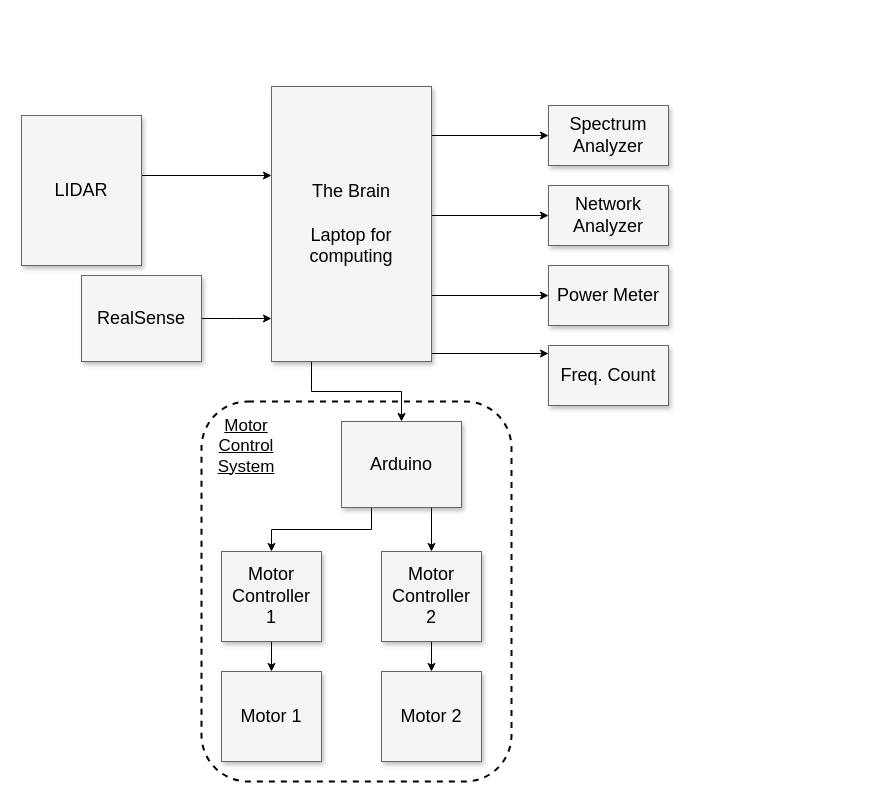
This is ElectricalDiagram/Untitled Diagram.drawio from usurobotics/chease_bot, a draw.io file, before an edit. Source tidied: cells renumbered, new cells numbered last; positions are measured from the earlier drawing's top-left corner, leaving out a move shared by most shapes. Both pictures are drawn from the tidied source at 100%, with x=0, y=0 at pixel (21, 86).
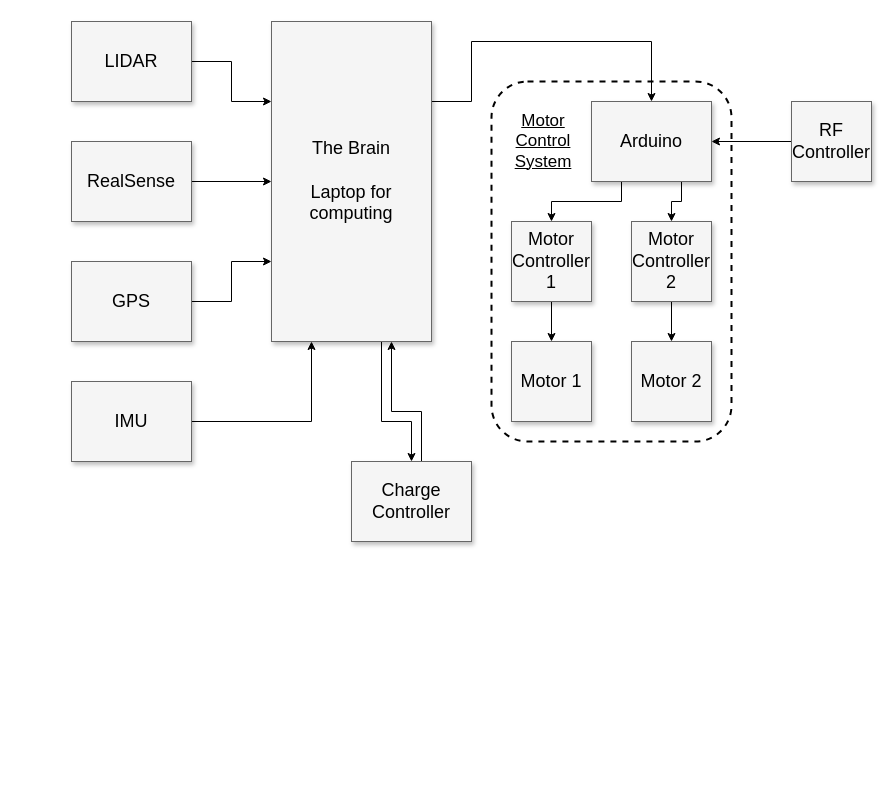
The same page after the edit.

What changed in the source:
```diff
@@
     <mxCell id="2" style="rounded=1;whiteSpace=wrap;html=1;fillStyle=cross-hatch;fillColor=none;dashed=1;strokeWidth=2;glass=0;" parent="1" vertex="1">
-      <mxGeometry x="180" y="315" width="310" height="380" as="geometry" />
+      <mxGeometry x="470" y="-5" width="240" height="360" as="geometry" />
     </mxCell>
-    <mxCell id="3" style="edgeStyle=elbowEdgeStyle;rounded=0;html=1;startArrow=none;startFill=0;jettySize=auto;fontSize=18;elbow=vertical;" parent="1" edge="1" source="8" target="9">
-      <mxGeometry relative="1" as="geometry" />
-    </mxCell>
-    <mxCell id="4" style="edgeStyle=elbowEdgeStyle;rounded=0;html=1;startArrow=none;startFill=0;jettySize=auto;fontSize=18;elbow=vertical;" parent="1" edge="1" source="8" target="10">
-      <mxGeometry relative="1" as="geometry" />
-    </mxCell>
-    <mxCell id="5" style="edgeStyle=elbowEdgeStyle;rounded=0;html=1;startArrow=none;startFill=0;jettySize=auto;fontSize=18;elbow=vertical;" parent="1" edge="1" source="8" target="11">
-      <mxGeometry relative="1" as="geometry" />
-    </mxCell>
-    <mxCell id="6" style="edgeStyle=elbowEdgeStyle;rounded=0;html=1;startArrow=none;startFill=0;jettySize=auto;fontSize=18;elbow=vertical;" parent="1" edge="1" source="8" target="12">
-      <mxGeometry relative="1" as="geometry" />
-    </mxCell>
-    <mxCell id="7" style="edgeStyle=orthogonalEdgeStyle;rounded=0;jettySize=auto;html=1;exitX=0.25;exitY=1;exitDx=0;exitDy=0;entryX=0.5;entryY=0;entryDx=0;entryDy=0;" parent="1" edge="1" source="8" target="19">
-      <mxGeometry relative="1" as="geometry" />
+    <mxCell id="7" style="edgeStyle=orthogonalEdgeStyle;rounded=0;jettySize=auto;html=1;exitX=1;exitY=0.25;exitDx=0;exitDy=0;entryX=0.5;entryY=0;entryDx=0;entryDy=0;" parent="1" edge="1" source="8" target="19">
+      <mxGeometry relative="1" as="geometry">
+        <Array as="points">
+          <mxPoint x="450" y="15" />
+          <mxPoint x="450" y="-45" />
+          <mxPoint x="630" y="-45" />
+        </Array>
+      </mxGeometry>
     </mxCell>
+    <mxCell id="27" style="edgeStyle=orthogonalEdgeStyle;rounded=0;jettySize=auto;html=1;exitX=0.5;exitY=1;exitDx=0;exitDy=0;entryX=0.5;entryY=0;entryDx=0;entryDy=0;" parent="1" edge="1" source="8" target="35">
+      <mxGeometry relative="1" as="geometry">
+        <Array as="points">
+          <mxPoint x="360" y="255" />
+          <mxPoint x="360" y="335" />
+          <mxPoint x="390" y="335" />
+        </Array>
+      </mxGeometry>
+    </mxCell>
     <mxCell id="8" value="The Brain&lt;div&gt;&lt;br&gt;&lt;/div&gt;&lt;div&gt;Laptop for computing&lt;/div&gt;" style="whiteSpace=wrap;html=1;shadow=1;fontSize=18;fillColor=#f5f5f5;strokeColor=#666666;" parent="1" vertex="1">
-      <mxGeometry x="250" width="160" height="275" as="geometry" />
+      <mxGeometry x="250" y="-65" width="160" height="320" as="geometry" />
     </mxCell>
-    <mxCell id="9" value="Spectrum Analyzer" style="whiteSpace=wrap;html=1;shadow=1;fontSize=18;fillColor=#f5f5f5;strokeColor=#666666;" parent="1" vertex="1">
-      <mxGeometry x="527" y="19" width="120" height="60" as="geometry" />
-    </mxCell>
-    <mxCell id="10" value="Network Analyzer" style="whiteSpace=wrap;html=1;shadow=1;fontSize=18;fillColor=#f5f5f5;strokeColor=#666666;" parent="1" vertex="1">
-      <mxGeometry x="527" y="99" width="120" height="60" as="geometry" />
-    </mxCell>
-    <mxCell id="11" value="Power Meter" style="whiteSpace=wrap;html=1;shadow=1;fontSize=18;fillColor=#f5f5f5;strokeColor=#666666;" parent="1" vertex="1">
-      <mxGeometry x="527" y="179" width="120" height="60" as="geometry" />
-    </mxCell>
-    <mxCell id="12" value="Freq. Count" style="whiteSpace=wrap;html=1;shadow=1;fontSize=18;fillColor=#f5f5f5;strokeColor=#666666;" parent="1" vertex="1">
-      <mxGeometry x="527" y="259" width="120" height="60" as="geometry" />
-    </mxCell>
-    <mxCell id="13" style="edgeStyle=elbowEdgeStyle;rounded=0;html=1;startArrow=none;startFill=0;jettySize=auto;fontSize=18;elbow=vertical;" parent="1" edge="1" source="14" target="8">
-      <mxGeometry relative="1" as="geometry">
-        <Array as="points">
-          <mxPoint x="247" y="89" />
-        </Array>
-      </mxGeometry>
+    <mxCell id="13" style="edgeStyle=orthogonalEdgeStyle;rounded=0;jettySize=auto;html=1;exitX=1;exitY=0.5;exitDx=0;exitDy=0;entryX=0;entryY=0.25;entryDx=0;entryDy=0;" parent="1" edge="1" source="14" target="8">
+      <mxGeometry relative="1" as="geometry" />
     </mxCell>
     <mxCell id="14" value="LIDAR" style="whiteSpace=wrap;html=1;shadow=1;fontSize=18;fillColor=#f5f5f5;strokeColor=#666666;" parent="1" vertex="1">
-      <mxGeometry y="29" width="120" height="150" as="geometry" />
+      <mxGeometry x="50" y="-65" width="120" height="80" as="geometry" />
     </mxCell>
-    <mxCell id="15" style="edgeStyle=elbowEdgeStyle;rounded=0;html=1;startArrow=none;startFill=0;jettySize=auto;fontSize=18;elbow=vertical;" parent="1" edge="1" source="16" target="8">
+    <mxCell id="15" style="edgeStyle=orthogonalEdgeStyle;rounded=0;jettySize=auto;html=1;exitX=1;exitY=0.5;exitDx=0;exitDy=0;entryX=0;entryY=0.5;entryDx=0;entryDy=0;" parent="1" edge="1" source="16" target="8">
       <mxGeometry relative="1" as="geometry" />
     </mxCell>
     <mxCell id="16" value="RealSense" style="whiteSpace=wrap;html=1;shadow=1;fontSize=18;fillColor=#f5f5f5;strokeColor=#666666;" parent="1" vertex="1">
-      <mxGeometry x="60" y="189" width="120" height="86" as="geometry" />
+      <mxGeometry x="50" y="55" width="120" height="80" as="geometry" />
     </mxCell>
@@
     <mxCell id="19" value="Arduino" style="whiteSpace=wrap;html=1;shadow=1;fontSize=18;fillColor=#f5f5f5;strokeColor=#666666;" parent="1" vertex="1">
-      <mxGeometry x="320" y="335" width="120" height="86" as="geometry" />
+      <mxGeometry x="570" y="15" width="120" height="80" as="geometry" />
     </mxCell>
@@
     <mxCell id="21" value="Motor Controller&lt;div&gt;1&lt;/div&gt;" style="whiteSpace=wrap;html=1;shadow=1;fontSize=18;fillColor=#f5f5f5;strokeColor=#666666;" parent="1" vertex="1">
-      <mxGeometry x="200" y="465" width="100" height="90" as="geometry" />
+      <mxGeometry x="490" y="135" width="80" height="80" as="geometry" />
     </mxCell>
@@
     <mxCell id="23" value="Motor Controller&lt;div&gt;2&lt;/div&gt;" style="whiteSpace=wrap;html=1;shadow=1;fontSize=18;fillColor=#f5f5f5;strokeColor=#666666;" parent="1" vertex="1">
-      <mxGeometry x="360" y="465" width="100" height="90" as="geometry" />
+      <mxGeometry x="610" y="135" width="80" height="80" as="geometry" />
     </mxCell>
     <mxCell id="24" value="Motor&amp;nbsp;&lt;span style=&quot;background-color: transparent; color: light-dark(rgb(0, 0, 0), rgb(255, 255, 255));&quot;&gt;1&lt;/span&gt;" style="whiteSpace=wrap;html=1;shadow=1;fontSize=18;fillColor=#f5f5f5;strokeColor=#666666;" parent="1" vertex="1">
-      <mxGeometry x="200" y="585" width="100" height="90" as="geometry" />
+      <mxGeometry x="490" y="255" width="80" height="80" as="geometry" />
     </mxCell>
     <mxCell id="25" value="Motor&amp;nbsp;&lt;span style=&quot;background-color: transparent; color: light-dark(rgb(0, 0, 0), rgb(255, 255, 255));&quot;&gt;2&lt;/span&gt;" style="whiteSpace=wrap;html=1;shadow=1;fontSize=18;fillColor=#f5f5f5;strokeColor=#666666;" parent="1" vertex="1">
-      <mxGeometry x="360" y="585" width="100" height="90" as="geometry" />
+      <mxGeometry x="610" y="255" width="80" height="80" as="geometry" />
     </mxCell>
     <mxCell id="26" value="&lt;font style=&quot;font-size: 17px;&quot;&gt;Motor Control System&lt;/font&gt;" style="text;html=1;align=center;verticalAlign=middle;whiteSpace=wrap;rounded=0;fontStyle=4;" parent="1" vertex="1">
-      <mxGeometry x="180" y="325" width="90" height="70" as="geometry" />
+      <mxGeometry x="477" y="20" width="90" height="70" as="geometry" />
     </mxCell>
+    <mxCell id="28" style="edgeStyle=orthogonalEdgeStyle;rounded=0;jettySize=auto;html=1;exitX=1;exitY=0.5;exitDx=0;exitDy=0;entryX=0;entryY=0.75;entryDx=0;entryDy=0;" parent="1" edge="1" source="29" target="8">
+      <mxGeometry relative="1" as="geometry" />
+    </mxCell>
+    <mxCell id="29" value="GPS" style="whiteSpace=wrap;html=1;shadow=1;fontSize=18;fillColor=#f5f5f5;strokeColor=#666666;" parent="1" vertex="1">
+      <mxGeometry x="50" y="175" width="120" height="80" as="geometry" />
+    </mxCell>
+    <mxCell id="30" style="edgeStyle=orthogonalEdgeStyle;rounded=0;jettySize=auto;html=1;exitX=1;exitY=0.5;exitDx=0;exitDy=0;entryX=0.25;entryY=1;entryDx=0;entryDy=0;" parent="1" edge="1" source="31" target="8">
+      <mxGeometry relative="1" as="geometry">
+        <Array as="points">
+          <mxPoint x="290" y="335" />
+        </Array>
+      </mxGeometry>
+    </mxCell>
+    <mxCell id="31" value="IMU" style="whiteSpace=wrap;html=1;shadow=1;fontSize=18;fillColor=#f5f5f5;strokeColor=#666666;" parent="1" vertex="1">
+      <mxGeometry x="50" y="295" width="120" height="80" as="geometry" />
+    </mxCell>
+    <mxCell id="32" style="edgeStyle=orthogonalEdgeStyle;rounded=0;jettySize=auto;html=1;exitX=0;exitY=0.5;exitDx=0;exitDy=0;" parent="1" edge="1" source="33" target="19">
+      <mxGeometry relative="1" as="geometry" />
+    </mxCell>
+    <mxCell id="33" value="RF&lt;div&gt;Controller&lt;/div&gt;" style="whiteSpace=wrap;html=1;shadow=1;fontSize=18;fillColor=#f5f5f5;strokeColor=#666666;" parent="1" vertex="1">
+      <mxGeometry x="770" y="15" width="80" height="80" as="geometry" />
+    </mxCell>
+    <mxCell id="34" style="edgeStyle=orthogonalEdgeStyle;rounded=0;jettySize=auto;html=1;exitX=0.75;exitY=0;exitDx=0;exitDy=0;entryX=0.75;entryY=1;entryDx=0;entryDy=0;" parent="1" edge="1" source="35" target="8">
+      <mxGeometry relative="1" as="geometry">
+        <Array as="points">
+          <mxPoint x="400" y="375" />
+          <mxPoint x="400" y="325" />
+          <mxPoint x="370" y="325" />
+        </Array>
+      </mxGeometry>
+    </mxCell>
+    <mxCell id="35" value="Charge Controller" style="whiteSpace=wrap;html=1;shadow=1;fontSize=18;fillColor=#f5f5f5;strokeColor=#666666;" parent="1" vertex="1">
+      <mxGeometry x="330" y="375" width="120" height="80" as="geometry" />
+    </mxCell>
```
